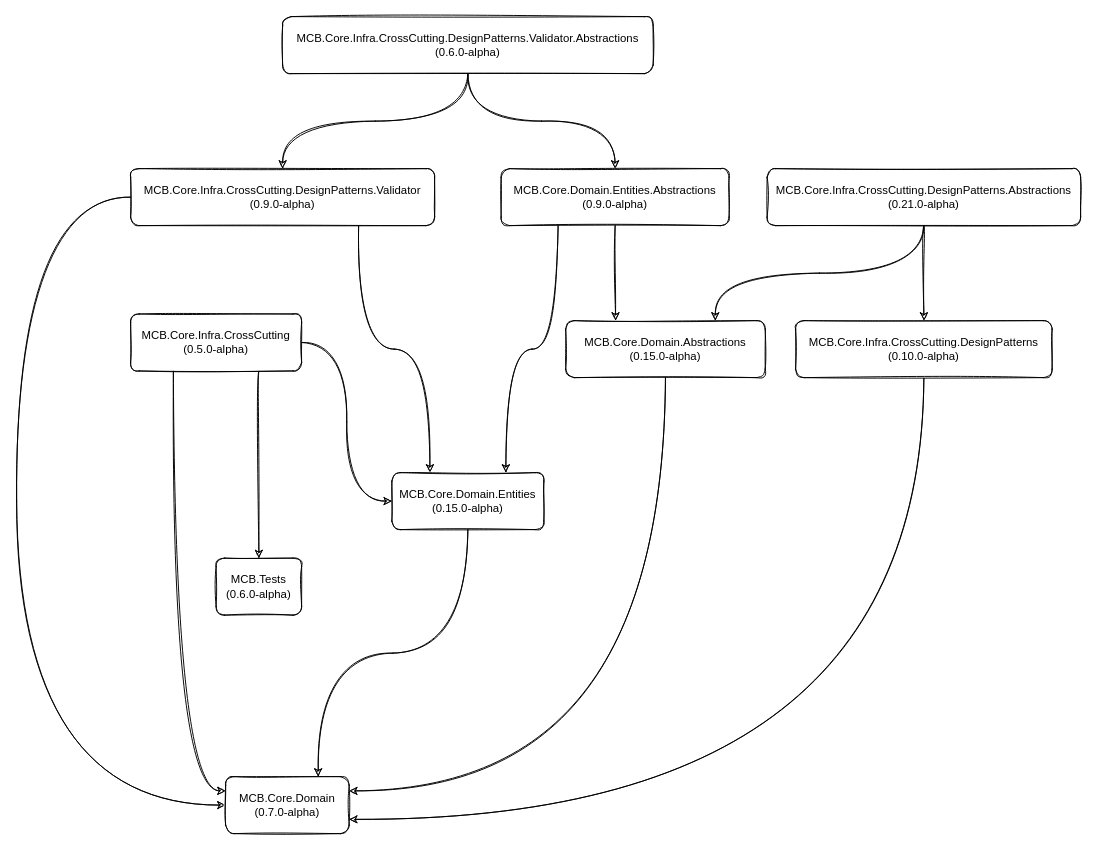
Before: Core/diagrams/core-overview.drawio in MarceloCas/Docs, a draw.io diagram. Source tidied: cells renumbered, new cells numbered last; positions are measured from the earlier drawing's top-left corner, leaving out a move shared by most shapes. Both pictures are drawn from the tidied source at 95%, with x=0, y=0 at pixel (16, 16).
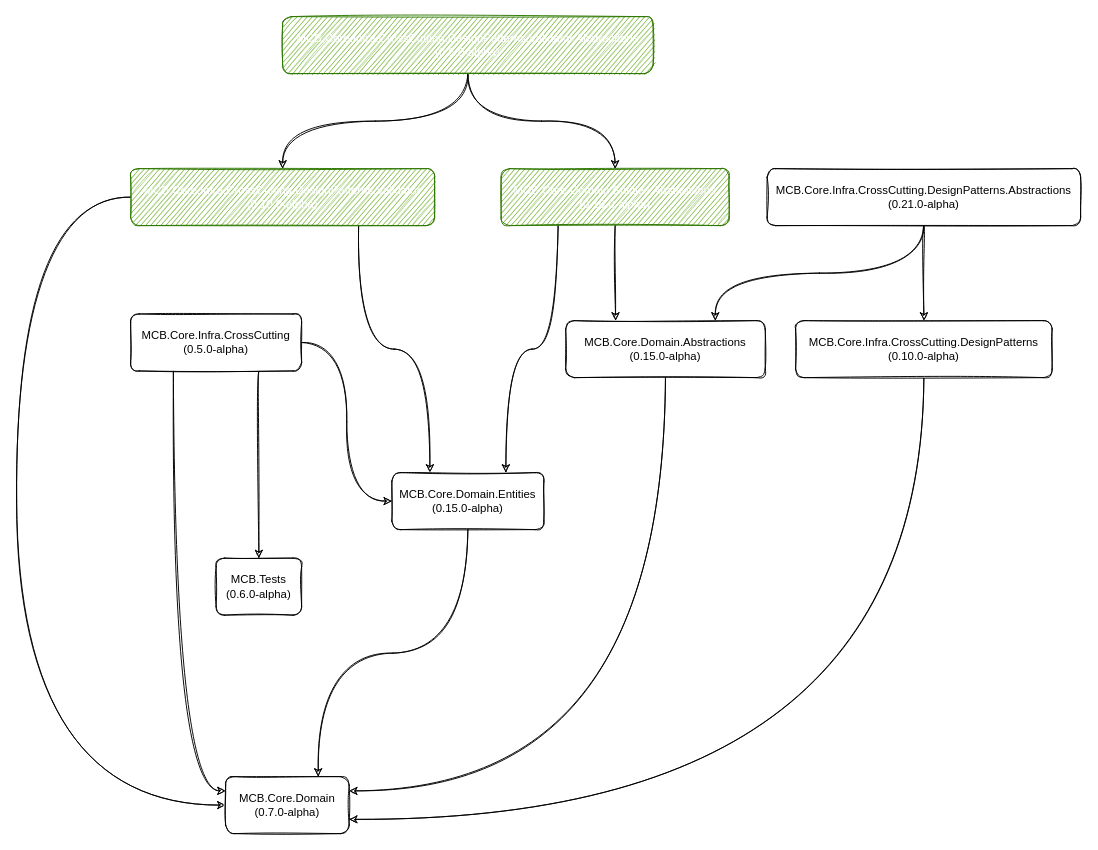
The same diagram, later.

Change to the diagram source:
```diff
@@
-    <mxCell id="13" value="MCB.Core.Infra.CrossCutting.DesignPatterns.Validator.Abstractions&lt;br&gt;(0.6.0-alpha)" style="rounded=1;whiteSpace=wrap;html=1;sketch=1;" parent="1" vertex="1">
+    <mxCell id="13" value="MCB.Core.Infra.CrossCutting.DesignPatterns.Validator.Abstractions&lt;br&gt;(0.6.0-alpha)" style="rounded=1;whiteSpace=wrap;html=1;sketch=1;fillColor=#60a917;fontColor=#ffffff;strokeColor=#2D7600;" parent="1" vertex="1">
       <mxGeometry x="280" width="390" height="60" as="geometry" />
     </mxCell>
@@
-    <mxCell id="16" value="MCB.Core.Infra.CrossCutting.DesignPatterns.Validator&lt;br&gt;(0.9.0-alpha)" style="rounded=1;whiteSpace=wrap;html=1;sketch=1;" parent="1" vertex="1">
+    <mxCell id="16" value="MCB.Core.Infra.CrossCutting.DesignPatterns.Validator&lt;br&gt;(0.10.0-alpha)" style="rounded=1;whiteSpace=wrap;html=1;sketch=1;fillColor=#60a917;fontColor=#ffffff;strokeColor=#2D7600;" parent="1" vertex="1">
       <mxGeometry x="120" y="160" width="320" height="60" as="geometry" />
     </mxCell>
@@
-    <mxCell id="19" value="MCB.Core.Domain.Entities.Abstractions&lt;br&gt;(0.9.0-alpha)" style="rounded=1;whiteSpace=wrap;html=1;sketch=1;" parent="1" vertex="1">
+    <mxCell id="19" value="MCB.Core.Domain.Entities.Abstractions&lt;br&gt;(0.16.0-alpha)" style="rounded=1;whiteSpace=wrap;html=1;sketch=1;fillColor=#60a917;fontColor=#ffffff;strokeColor=#2D7600;" parent="1" vertex="1">
       <mxGeometry x="510" y="160" width="240" height="60" as="geometry" />
     </mxCell>
```
